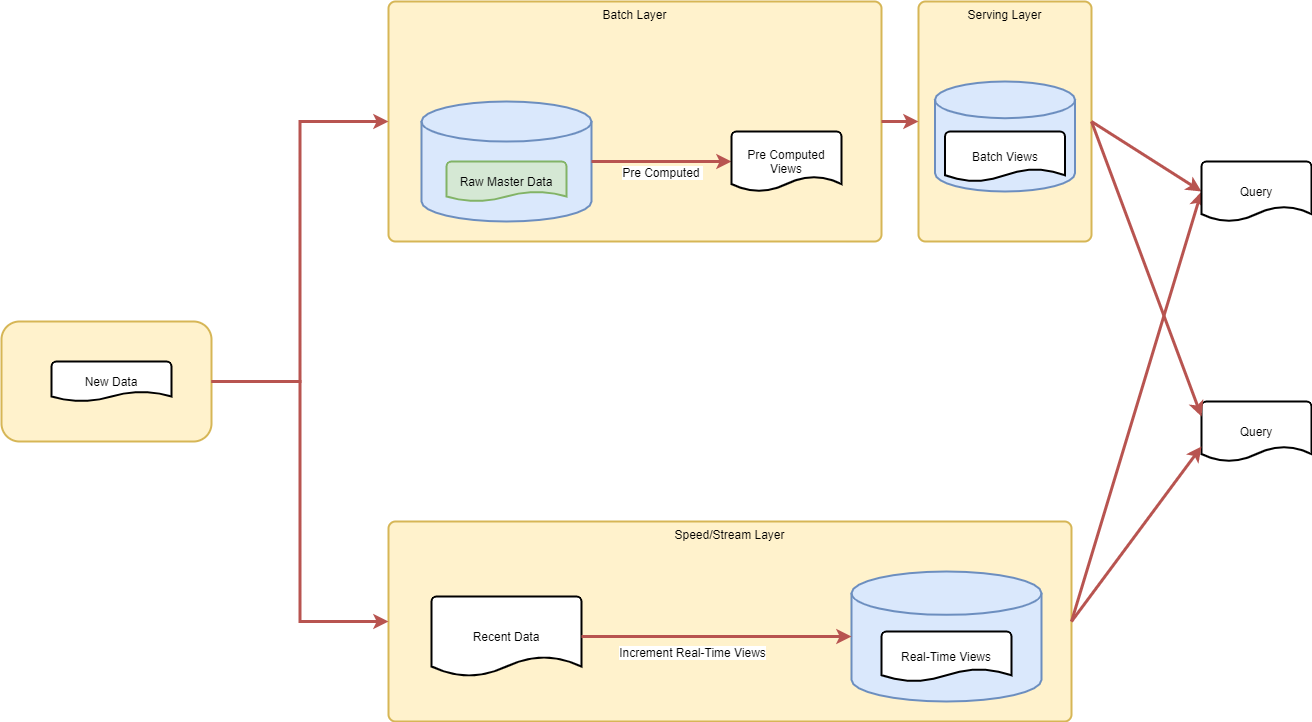
This is images/3-1LambdaArchitecture.png from Akardian/lambda-architecture-for-distributed-mobile-sensor, a draw.io export, as it was before one commit. Source tidied: cells renumbered, new cells last; positions are measured from the earlier drawing's top-left corner, leaving out a move shared by most shapes. The source it was exported from:
```xml
<mxGraphModel>
  <root>
    <mxCell id="0" />
    <mxCell id="1" parent="0" />
    <mxCell id="2" style="rounded=1;whiteSpace=wrap;html=1;fillColor=#fff2cc;strokeColor=#d6b656;strokeWidth=2;" parent="1" vertex="1">
      <mxGeometry y="320" width="210" height="120" as="geometry" />
    </mxCell>
    <mxCell id="3" value="&lt;div&gt;Batch Layer&lt;/div&gt;" style="rounded=1;whiteSpace=wrap;html=1;absoluteArcSize=1;arcSize=14;strokeWidth=2;fillColor=#fff2cc;strokeColor=#d6b656;verticalAlign=top;" parent="1" vertex="1">
      <mxGeometry x="387" width="493" height="240" as="geometry" />
    </mxCell>
    <mxCell id="4" value="Speed/Stream Layer" style="rounded=1;whiteSpace=wrap;html=1;absoluteArcSize=1;arcSize=14;strokeWidth=2;fillColor=#fff2cc;strokeColor=#d6b656;verticalAlign=top;" parent="1" vertex="1">
      <mxGeometry x="387" y="520" width="683" height="200" as="geometry" />
    </mxCell>
    <mxCell id="5" style="strokeWidth=2;html=1;shape=mxgraph.flowchart.database;whiteSpace=wrap;fillColor=#dae8fc;strokeColor=#6c8ebf;" parent="1" vertex="1">
      <mxGeometry x="420" y="100" width="170" height="120" as="geometry" />
    </mxCell>
    <mxCell id="6" style="endArrow=classic;html=1;entryX=0;entryY=0.5;entryDx=0;entryDy=0;entryPerimeter=0;strokeWidth=3;fillColor=#f8cecc;strokeColor=#b85450;" parent="1" edge="1" source="5" target="8">
      <mxGeometry relative="1" as="geometry" />
    </mxCell>
    <mxCell id="7" value="&lt;div&gt;Pre Computed &lt;br&gt;&lt;/div&gt;" style="text;html=1;align=center;verticalAlign=middle;labelBackgroundColor=#ffffff;" parent="6" vertex="1">
      <mxGeometry x="0.33" y="-2" relative="1" as="geometry">
        <mxPoint x="-22.9" y="8" as="offset" />
      </mxGeometry>
    </mxCell>
    <mxCell id="8" value="&lt;div&gt;Pre Computed Views&lt;/div&gt;" style="strokeWidth=2;html=1;shape=mxgraph.flowchart.document2;whiteSpace=wrap;size=0.25;" parent="1" vertex="1">
      <mxGeometry x="730" y="130" width="110" height="60" as="geometry" />
    </mxCell>
    <mxCell id="9" value="Serving Layer" style="rounded=1;whiteSpace=wrap;html=1;absoluteArcSize=1;arcSize=14;strokeWidth=2;fillColor=#fff2cc;strokeColor=#d6b656;verticalAlign=top;" parent="1" vertex="1">
      <mxGeometry x="917" width="173" height="240" as="geometry" />
    </mxCell>
    <mxCell id="10" style="strokeWidth=2;html=1;shape=mxgraph.flowchart.database;whiteSpace=wrap;fillColor=#dae8fc;strokeColor=#6c8ebf;" parent="1" vertex="1">
      <mxGeometry x="933.5" y="80" width="140" height="110" as="geometry" />
    </mxCell>
    <mxCell id="11" value="Batch Views" style="strokeWidth=2;html=1;shape=mxgraph.flowchart.document2;whiteSpace=wrap;size=0.25;" parent="1" vertex="1">
      <mxGeometry x="943.5" y="130" width="120" height="50" as="geometry" />
    </mxCell>
    <mxCell id="12" value="&lt;div&gt;Raw Master Data&lt;/div&gt;" style="strokeWidth=2;html=1;shape=mxgraph.flowchart.document2;whiteSpace=wrap;size=0.25;fillColor=#d5e8d4;strokeColor=#82b366;" parent="1" vertex="1">
      <mxGeometry x="445" y="160" width="120" height="40" as="geometry" />
    </mxCell>
    <mxCell id="13" style="endArrow=classic;html=1;exitX=1;exitY=0.5;exitDx=0;exitDy=0;entryX=0;entryY=0.5;entryDx=0;entryDy=0;strokeWidth=3;fillColor=#f8cecc;strokeColor=#b85450;" parent="1" edge="1" source="3" target="9">
      <mxGeometry relative="1" as="geometry" />
    </mxCell>
    <mxCell id="14" value="Recent Data" style="strokeWidth=2;html=1;shape=mxgraph.flowchart.document2;whiteSpace=wrap;size=0.25;" parent="1" vertex="1">
      <mxGeometry x="430" y="595" width="150" height="80" as="geometry" />
    </mxCell>
    <mxCell id="15" style="strokeWidth=2;html=1;shape=mxgraph.flowchart.database;whiteSpace=wrap;fillColor=#dae8fc;strokeColor=#6c8ebf;" parent="1" vertex="1">
      <mxGeometry x="850" y="570" width="190" height="130" as="geometry" />
    </mxCell>
    <mxCell id="16" style="endArrow=classic;html=1;exitX=1;exitY=0.5;exitDx=0;exitDy=0;exitPerimeter=0;entryX=0;entryY=0.5;entryDx=0;entryDy=0;entryPerimeter=0;strokeWidth=3;fillColor=#f8cecc;strokeColor=#b85450;" parent="1" edge="1" source="14" target="15">
      <mxGeometry relative="1" as="geometry" />
    </mxCell>
    <mxCell id="17" value="Increment Real-Time Views" style="text;html=1;align=center;verticalAlign=middle;labelBackgroundColor=#ffffff;" parent="16" vertex="1">
      <mxGeometry x="-0.31" relative="1" as="geometry">
        <mxPoint x="17.1" y="15" as="offset" />
      </mxGeometry>
    </mxCell>
    <mxCell id="18" value="Real-Time Views" style="strokeWidth=2;html=1;shape=mxgraph.flowchart.document2;whiteSpace=wrap;size=0.25;" parent="1" vertex="1">
      <mxGeometry x="880" y="630" width="130" height="50" as="geometry" />
    </mxCell>
    <mxCell id="19" style="endArrow=classic;html=1;exitX=1;exitY=0.5;exitDx=0;exitDy=0;entryX=0;entryY=0.5;entryDx=0;entryDy=0;entryPerimeter=0;strokeWidth=3;fillColor=#f8cecc;strokeColor=#b85450;" parent="1" edge="1" source="9" target="21">
      <mxGeometry relative="1" as="geometry" />
    </mxCell>
    <mxCell id="20" style="endArrow=classic;html=1;exitX=1;exitY=0.5;exitDx=0;exitDy=0;entryX=0;entryY=0.5;entryDx=0;entryDy=0;entryPerimeter=0;strokeWidth=3;fillColor=#f8cecc;strokeColor=#b85450;" parent="1" edge="1" source="4" target="21">
      <mxGeometry relative="1" as="geometry" />
    </mxCell>
    <mxCell id="21" value="Query" style="strokeWidth=2;html=1;shape=mxgraph.flowchart.document2;whiteSpace=wrap;size=0.25;" parent="1" vertex="1">
      <mxGeometry x="1200" y="160" width="110" height="60" as="geometry" />
    </mxCell>
    <mxCell id="22" value="Query" style="strokeWidth=2;html=1;shape=mxgraph.flowchart.document2;whiteSpace=wrap;size=0.25;" parent="1" vertex="1">
      <mxGeometry x="1200" y="400" width="110" height="60" as="geometry" />
    </mxCell>
    <mxCell id="23" style="endArrow=classic;html=1;exitX=1;exitY=0.5;exitDx=0;exitDy=0;entryX=0;entryY=0.25;entryDx=0;entryDy=0;entryPerimeter=0;strokeWidth=3;fillColor=#f8cecc;strokeColor=#b85450;" parent="1" edge="1" source="9" target="22">
      <mxGeometry relative="1" as="geometry" />
    </mxCell>
    <mxCell id="24" style="endArrow=classic;html=1;exitX=1;exitY=0.5;exitDx=0;exitDy=0;entryX=0;entryY=0.75;entryDx=0;entryDy=0;entryPerimeter=0;strokeWidth=3;fillColor=#f8cecc;strokeColor=#b85450;" parent="1" edge="1" source="4" target="22">
      <mxGeometry relative="1" as="geometry" />
    </mxCell>
    <mxCell id="25" style="edgeStyle=orthogonalEdgeStyle;rounded=0;jettySize=auto;html=1;entryX=0;entryY=0.5;entryDx=0;entryDy=0;strokeWidth=3;fillColor=#f8cecc;strokeColor=#b85450;exitX=1;exitY=0.5;exitDx=0;exitDy=0;" parent="1" edge="1" source="2" target="3">
      <mxGeometry relative="1" as="geometry" />
    </mxCell>
    <mxCell id="26" style="edgeStyle=orthogonalEdgeStyle;rounded=0;jettySize=auto;html=1;entryX=0;entryY=0.5;entryDx=0;entryDy=0;strokeWidth=3;fillColor=#f8cecc;strokeColor=#b85450;exitX=1;exitY=0.5;exitDx=0;exitDy=0;" parent="1" edge="1" source="2" target="4">
      <mxGeometry relative="1" as="geometry" />
    </mxCell>
    <mxCell id="27" value="New Data" style="strokeWidth=2;html=1;shape=mxgraph.flowchart.document2;whiteSpace=wrap;size=0.25;" parent="1" vertex="1">
      <mxGeometry x="50" y="360" width="120" height="40" as="geometry" />
    </mxCell>
  </root>
</mxGraphModel>
```
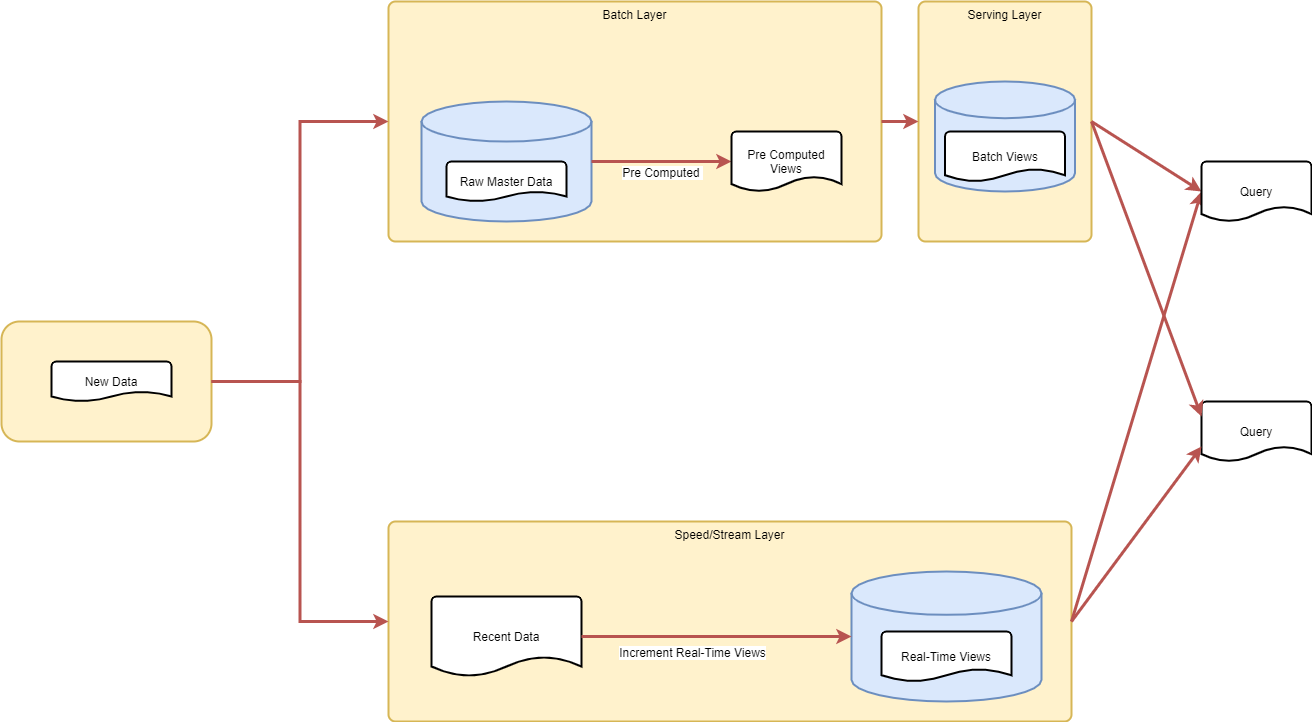
The same file after the commit.

The edit, as a diff of the source:
```diff
@@ -34,7 +34,7 @@
     <mxCell id="11" value="Batch Views" style="strokeWidth=2;html=1;shape=mxgraph.flowchart.document2;whiteSpace=wrap;size=0.25;" parent="1" vertex="1">
       <mxGeometry x="943.5" y="130" width="120" height="50" as="geometry" />
     </mxCell>
-    <mxCell id="12" value="&lt;div&gt;Raw Master Data&lt;/div&gt;" style="strokeWidth=2;html=1;shape=mxgraph.flowchart.document2;whiteSpace=wrap;size=0.25;fillColor=#d5e8d4;strokeColor=#82b366;" parent="1" vertex="1">
+    <mxCell id="12" value="&lt;div&gt;Raw Master Data&lt;/div&gt;" style="strokeWidth=2;html=1;shape=mxgraph.flowchart.document2;whiteSpace=wrap;size=0.25;" parent="1" vertex="1">
       <mxGeometry x="445" y="160" width="120" height="40" as="geometry" />
     </mxCell>
     <mxCell id="13" style="endArrow=classic;html=1;exitX=1;exitY=0.5;exitDx=0;exitDy=0;entryX=0;entryY=0.5;entryDx=0;entryDy=0;strokeWidth=3;fillColor=#f8cecc;strokeColor=#b85450;" parent="1" edge="1" source="3" target="9">
```
